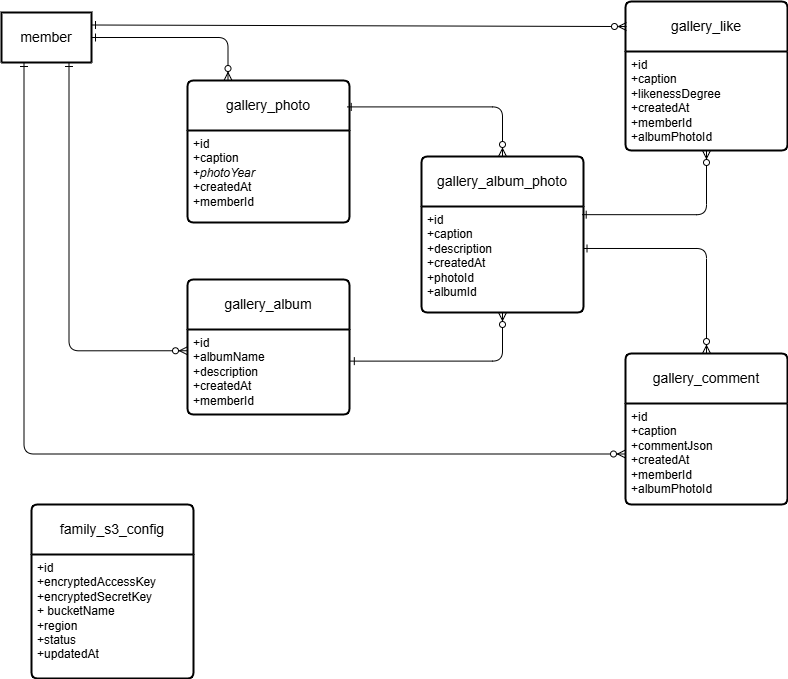
greg1951/family-social-scratch keeps this draw.io diagram as docs/pngs/galleries-schema.png. Above is the earlier version. Source tidied: cells renumbered, new cells last; positions are measured from the earlier drawing's top-left corner, leaving out a move shared by most shapes. Its diagram source:
```xml
<mxGraphModel>
  <root>
    <mxCell id="0" />
    <mxCell id="1" parent="0" />
    <mxCell id="2" value="member" style="swimlane;horizontal=1;startSize=50;rounded=1;fontSize=14;fontStyle=0;strokeWidth=2;shadow=0;dashed=0;align=center;arcSize=4;whiteSpace=wrap;html=1;" parent="1" vertex="1" collapsed="1">
      <mxGeometry y="11" width="90" height="50" as="geometry" />
    </mxCell>
    <mxCell id="3" value="gallery_photo" style="swimlane;horizontal=1;startSize=50;rounded=1;fontSize=14;fontStyle=0;strokeWidth=2;shadow=0;dashed=0;align=center;arcSize=4;whiteSpace=wrap;html=1;" parent="1" vertex="1">
      <mxGeometry x="186" y="79" width="162" height="142" as="geometry" />
    </mxCell>
    <mxCell id="4" value="+id&lt;br&gt;+caption&lt;div&gt;&lt;font color=&quot;#000000&quot;&gt;+&lt;i&gt;photoYear&lt;/i&gt;&lt;br&gt;&lt;/font&gt;&lt;div&gt;&lt;font color=&quot;#000000&quot;&gt;+createdAt&lt;br&gt;&lt;/font&gt;&lt;div&gt;+memberId&lt;/div&gt;&lt;/div&gt;&lt;/div&gt;" style="align=left;strokeColor=none;fillColor=none;spacingLeft=4;fontSize=12;verticalAlign=top;html=1;" parent="3" vertex="1">
      <mxGeometry y="50" width="162" height="92" as="geometry" />
    </mxCell>
    <mxCell id="5" value="gallery_album" style="swimlane;horizontal=1;startSize=50;rounded=1;fontSize=14;fontStyle=0;strokeWidth=2;shadow=0;dashed=0;align=center;arcSize=4;whiteSpace=wrap;html=1;" parent="1" vertex="1">
      <mxGeometry x="186" y="278" width="162" height="135" as="geometry" />
    </mxCell>
    <mxCell id="6" value="+id&lt;br&gt;+albumName&lt;div&gt;&lt;font color=&quot;#000000&quot;&gt;+description&lt;br&gt;&lt;/font&gt;&lt;div&gt;&lt;font color=&quot;#000000&quot;&gt;+createdAt&lt;br&gt;&lt;/font&gt;&lt;div&gt;+memberId&lt;/div&gt;&lt;/div&gt;&lt;/div&gt;" style="align=left;strokeColor=none;fillColor=none;spacingLeft=4;fontSize=12;verticalAlign=top;html=1;" parent="5" vertex="1">
      <mxGeometry y="50" width="162" height="85" as="geometry" />
    </mxCell>
    <mxCell id="7" style="fontSize=12;html=1;endArrow=ERzeroToMany;endFill=1;startArrow=ERone;startFill=0;exitX=1;exitY=0.5;exitDx=0;exitDy=0;entryX=0.25;entryY=0;entryDx=0;entryDy=0;edgeStyle=orthogonalEdgeStyle;" parent="1" edge="1" source="2" target="3">
      <mxGeometry relative="1" as="geometry" />
    </mxCell>
    <mxCell id="8" style="fontSize=12;html=1;endArrow=ERzeroToMany;endFill=1;startArrow=ERone;startFill=0;exitX=0.75;exitY=1;exitDx=0;exitDy=0;entryX=0;entryY=0.25;entryDx=0;entryDy=0;edgeStyle=orthogonalEdgeStyle;" parent="1" edge="1" source="2" target="6">
      <mxGeometry relative="1" as="geometry" />
    </mxCell>
    <mxCell id="9" style="fontSize=12;html=1;endArrow=ERzeroToMany;endFill=1;startArrow=ERone;startFill=0;exitX=0.992;exitY=0.077;exitDx=0;exitDy=0;exitPerimeter=0;entryX=0.5;entryY=1;entryDx=0;entryDy=0;edgeStyle=orthogonalEdgeStyle;" parent="1" edge="1" source="14" target="18">
      <mxGeometry relative="1" as="geometry" />
    </mxCell>
    <mxCell id="10" style="fontSize=12;html=1;endArrow=ERzeroToMany;endFill=1;startArrow=ERone;startFill=0;exitX=0.997;exitY=0.396;exitDx=0;exitDy=0;exitPerimeter=0;entryX=0.5;entryY=0;entryDx=0;entryDy=0;edgeStyle=orthogonalEdgeStyle;" parent="1" edge="1" source="14" target="15">
      <mxGeometry relative="1" as="geometry" />
    </mxCell>
    <mxCell id="11" style="fontSize=12;html=1;endArrow=ERzeroToMany;endFill=1;startArrow=ERone;startFill=0;exitX=1.005;exitY=0.372;exitDx=0;exitDy=0;exitPerimeter=0;entryX=0.5;entryY=1;entryDx=0;entryDy=0;edgeStyle=orthogonalEdgeStyle;" parent="1" edge="1" source="6" target="14">
      <mxGeometry relative="1" as="geometry" />
    </mxCell>
    <mxCell id="12" style="fontSize=12;html=1;endArrow=ERzeroToMany;endFill=1;startArrow=ERone;startFill=0;exitX=0.986;exitY=0.186;exitDx=0;exitDy=0;exitPerimeter=0;entryX=0.5;entryY=0;entryDx=0;entryDy=0;edgeStyle=orthogonalEdgeStyle;" parent="1" edge="1" source="3" target="13">
      <mxGeometry relative="1" as="geometry" />
    </mxCell>
    <mxCell id="13" value="gallery_album_photo" style="swimlane;horizontal=1;startSize=50;rounded=1;fontSize=14;fontStyle=0;strokeWidth=2;shadow=0;dashed=0;align=center;arcSize=4;whiteSpace=wrap;html=1;" parent="1" vertex="1">
      <mxGeometry x="420" y="155" width="162" height="156" as="geometry" />
    </mxCell>
    <mxCell id="14" value="+id&lt;br&gt;+caption&lt;div&gt;&lt;font color=&quot;#000000&quot;&gt;+description&lt;br&gt;&lt;/font&gt;&lt;div&gt;&lt;font color=&quot;#000000&quot;&gt;+createdAt&lt;br&gt;&lt;/font&gt;&lt;div&gt;+photoId&lt;/div&gt;&lt;/div&gt;&lt;div&gt;+albumId&lt;/div&gt;&lt;/div&gt;" style="align=left;strokeColor=none;fillColor=none;spacingLeft=4;fontSize=12;verticalAlign=top;html=1;" parent="13" vertex="1">
      <mxGeometry y="50" width="162" height="106" as="geometry" />
    </mxCell>
    <mxCell id="15" value="gallery_comment" style="swimlane;horizontal=1;startSize=50;rounded=1;fontSize=14;fontStyle=0;strokeWidth=2;shadow=0;dashed=0;align=center;arcSize=4;whiteSpace=wrap;html=1;" parent="1" vertex="1">
      <mxGeometry x="624" y="352" width="162" height="151" as="geometry" />
    </mxCell>
    <mxCell id="16" value="+id&lt;br&gt;+caption&lt;div&gt;&lt;font color=&quot;#000000&quot;&gt;+commentJson&lt;br&gt;&lt;/font&gt;&lt;div&gt;&lt;font color=&quot;#000000&quot;&gt;+createdAt&lt;/font&gt;&lt;/div&gt;&lt;div&gt;&lt;font color=&quot;#000000&quot;&gt;&lt;font color=&quot;#000000&quot;&gt;+memberId&lt;br&gt;&lt;/font&gt;&lt;/font&gt;&lt;div&gt;+albumPhotoId&lt;/div&gt;&lt;/div&gt;&lt;/div&gt;" style="align=left;strokeColor=none;fillColor=none;spacingLeft=4;fontSize=12;verticalAlign=top;html=1;" parent="15" vertex="1">
      <mxGeometry y="50" width="162" height="101" as="geometry" />
    </mxCell>
    <mxCell id="17" value="gallery_like" style="swimlane;horizontal=1;startSize=50;rounded=1;fontSize=14;fontStyle=0;strokeWidth=2;shadow=0;dashed=0;align=center;arcSize=4;whiteSpace=wrap;html=1;" parent="1" vertex="1">
      <mxGeometry x="624" width="162" height="149" as="geometry" />
    </mxCell>
    <mxCell id="18" value="+id&lt;br&gt;+caption&lt;div&gt;&lt;font color=&quot;#000000&quot;&gt;+likenessDegree&lt;br&gt;&lt;/font&gt;&lt;div&gt;&lt;font color=&quot;#000000&quot;&gt;+createdAt&lt;/font&gt;&lt;/div&gt;&lt;div&gt;&lt;font color=&quot;#000000&quot;&gt;&lt;font color=&quot;#000000&quot;&gt;+memberId&lt;br&gt;&lt;/font&gt;&lt;/font&gt;&lt;div&gt;+albumPhotoId&lt;/div&gt;&lt;/div&gt;&lt;/div&gt;" style="align=left;strokeColor=none;fillColor=none;spacingLeft=4;fontSize=12;verticalAlign=top;html=1;" parent="17" vertex="1">
      <mxGeometry y="50" width="162" height="99" as="geometry" />
    </mxCell>
    <mxCell id="19" style="html=1;elbow=vertical;endArrow=ERzeroToMany;endFill=0;startArrow=ERone;startFill=0;entryX=0;entryY=0.5;entryDx=0;entryDy=0;exitX=0.25;exitY=1;exitDx=0;exitDy=0;edgeStyle=orthogonalEdgeStyle;" parent="1" edge="1" source="2" target="16">
      <mxGeometry relative="1" as="geometry" />
    </mxCell>
    <mxCell id="20" style="edgeStyle=none;html=1;exitX=1;exitY=0.25;exitDx=0;exitDy=0;entryX=0.006;entryY=0.168;entryDx=0;entryDy=0;entryPerimeter=0;endArrow=ERzeroToMany;endFill=0;startArrow=ERone;startFill=0;" parent="1" edge="1" source="2" target="17">
      <mxGeometry relative="1" as="geometry" />
    </mxCell>
    <mxCell id="21" value="family_s3_config" style="swimlane;horizontal=1;startSize=50;rounded=1;fontSize=14;fontStyle=0;strokeWidth=2;shadow=0;dashed=0;align=center;arcSize=4;whiteSpace=wrap;html=1;" parent="1" vertex="1">
      <mxGeometry x="30" y="503" width="162" height="174" as="geometry" />
    </mxCell>
    <mxCell id="22" value="+id&lt;br&gt;+encryptedAccessKey&lt;br&gt;+encryptedSecretKey&lt;div&gt;+ bucketName&lt;/div&gt;&lt;div&gt;+region&lt;/div&gt;&lt;div&gt;+status&lt;/div&gt;&lt;div&gt;+updatedAt&lt;/div&gt;" style="align=left;strokeColor=none;fillColor=none;spacingLeft=4;fontSize=12;verticalAlign=top;html=1;" parent="21" vertex="1">
      <mxGeometry y="50" width="162" height="124" as="geometry" />
    </mxCell>
  </root>
</mxGraphModel>
```
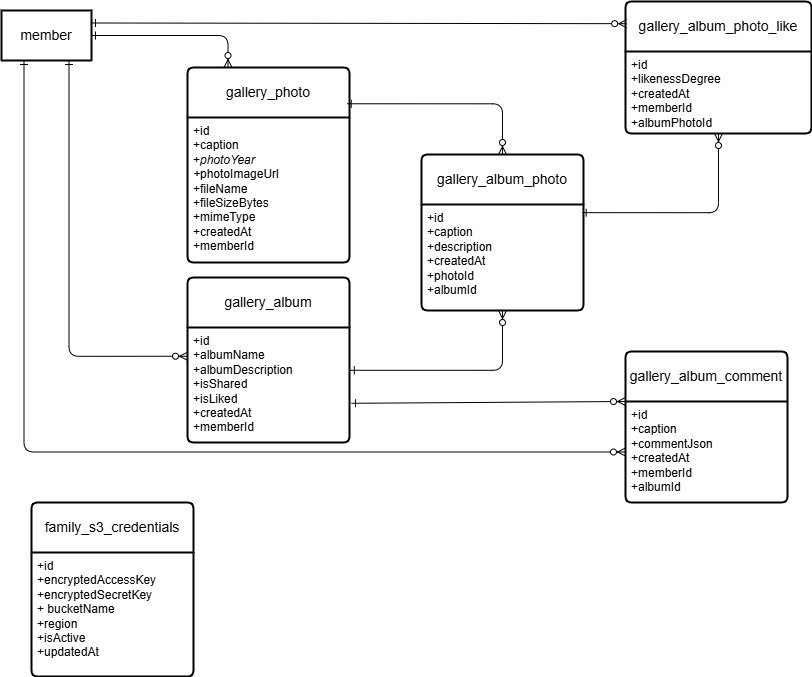
After the change.

The edit, as a diff of the source:
```diff
@@ -6,16 +6,16 @@
       <mxGeometry y="11" width="90" height="50" as="geometry" />
     </mxCell>
     <mxCell id="3" value="gallery_photo" style="swimlane;horizontal=1;startSize=50;rounded=1;fontSize=14;fontStyle=0;strokeWidth=2;shadow=0;dashed=0;align=center;arcSize=4;whiteSpace=wrap;html=1;" parent="1" vertex="1">
-      <mxGeometry x="186" y="79" width="162" height="142" as="geometry" />
+      <mxGeometry x="186" y="68" width="162" height="195" as="geometry" />
     </mxCell>
-    <mxCell id="4" value="+id&lt;br&gt;+caption&lt;div&gt;&lt;font color=&quot;#000000&quot;&gt;+&lt;i&gt;photoYear&lt;/i&gt;&lt;br&gt;&lt;/font&gt;&lt;div&gt;&lt;font color=&quot;#000000&quot;&gt;+createdAt&lt;br&gt;&lt;/font&gt;&lt;div&gt;+memberId&lt;/div&gt;&lt;/div&gt;&lt;/div&gt;" style="align=left;strokeColor=none;fillColor=none;spacingLeft=4;fontSize=12;verticalAlign=top;html=1;" parent="3" vertex="1">
-      <mxGeometry y="50" width="162" height="92" as="geometry" />
+    <mxCell id="4" value="+id&lt;br&gt;+caption&lt;div&gt;&lt;font color=&quot;#000000&quot;&gt;+&lt;i&gt;photoYear&lt;/i&gt;&lt;/font&gt;&lt;/div&gt;&lt;div&gt;&lt;font color=&quot;#000000&quot;&gt;&lt;i&gt;+&lt;/i&gt;photoImageUrl&lt;/font&gt;&lt;/div&gt;&lt;div&gt;&lt;font color=&quot;#000000&quot;&gt;&lt;font color=&quot;#000000&quot;&gt;+fileName&lt;/font&gt;&lt;/font&gt;&lt;/div&gt;&lt;div&gt;&lt;font color=&quot;#000000&quot;&gt;&lt;font color=&quot;#000000&quot;&gt;+fileSizeBytes&lt;/font&gt;&lt;/font&gt;&lt;/div&gt;&lt;div&gt;&lt;font color=&quot;#000000&quot;&gt;&lt;font color=&quot;#000000&quot;&gt;+mimeType&lt;br&gt;&lt;/font&gt;&lt;/font&gt;&lt;div&gt;&lt;font color=&quot;#000000&quot;&gt;+createdAt&lt;br&gt;&lt;/font&gt;&lt;div&gt;+memberId&lt;/div&gt;&lt;/div&gt;&lt;/div&gt;" style="align=left;strokeColor=none;fillColor=none;spacingLeft=4;fontSize=12;verticalAlign=top;html=1;" parent="3" vertex="1">
+      <mxGeometry y="50" width="162" height="145" as="geometry" />
     </mxCell>
     <mxCell id="5" value="gallery_album" style="swimlane;horizontal=1;startSize=50;rounded=1;fontSize=14;fontStyle=0;strokeWidth=2;shadow=0;dashed=0;align=center;arcSize=4;whiteSpace=wrap;html=1;" parent="1" vertex="1">
-      <mxGeometry x="186" y="278" width="162" height="135" as="geometry" />
+      <mxGeometry x="186" y="278" width="162" height="165" as="geometry" />
     </mxCell>
-    <mxCell id="6" value="+id&lt;br&gt;+albumName&lt;div&gt;&lt;font color=&quot;#000000&quot;&gt;+description&lt;br&gt;&lt;/font&gt;&lt;div&gt;&lt;font color=&quot;#000000&quot;&gt;+createdAt&lt;br&gt;&lt;/font&gt;&lt;div&gt;+memberId&lt;/div&gt;&lt;/div&gt;&lt;/div&gt;" style="align=left;strokeColor=none;fillColor=none;spacingLeft=4;fontSize=12;verticalAlign=top;html=1;" parent="5" vertex="1">
-      <mxGeometry y="50" width="162" height="85" as="geometry" />
+    <mxCell id="6" value="+id&lt;br&gt;+albumName&lt;div&gt;&lt;font color=&quot;#000000&quot;&gt;+albumDescription&lt;/font&gt;&lt;/div&gt;&lt;div&gt;&lt;font color=&quot;#000000&quot;&gt;&lt;font color=&quot;#000000&quot;&gt;+isShared&lt;/font&gt;&lt;/font&gt;&lt;/div&gt;&lt;div&gt;&lt;font color=&quot;#000000&quot;&gt;&lt;font color=&quot;#000000&quot;&gt;+isLiked&lt;br&gt;&lt;/font&gt;&lt;/font&gt;&lt;div&gt;&lt;font color=&quot;#000000&quot;&gt;+createdAt&lt;br&gt;&lt;/font&gt;&lt;div&gt;+memberId&lt;/div&gt;&lt;/div&gt;&lt;/div&gt;" style="align=left;strokeColor=none;fillColor=none;spacingLeft=4;fontSize=12;verticalAlign=top;html=1;" parent="5" vertex="1">
+      <mxGeometry y="50" width="162" height="115" as="geometry" />
     </mxCell>
     <mxCell id="7" style="fontSize=12;html=1;endArrow=ERzeroToMany;endFill=1;startArrow=ERone;startFill=0;exitX=1;exitY=0.5;exitDx=0;exitDy=0;entryX=0.25;entryY=0;entryDx=0;entryDy=0;edgeStyle=orthogonalEdgeStyle;" parent="1" edge="1" source="2" target="3">
       <mxGeometry relative="1" as="geometry" />
@@ -26,7 +26,7 @@
     <mxCell id="9" style="fontSize=12;html=1;endArrow=ERzeroToMany;endFill=1;startArrow=ERone;startFill=0;exitX=0.992;exitY=0.077;exitDx=0;exitDy=0;exitPerimeter=0;entryX=0.5;entryY=1;entryDx=0;entryDy=0;edgeStyle=orthogonalEdgeStyle;" parent="1" edge="1" source="14" target="18">
       <mxGeometry relative="1" as="geometry" />
     </mxCell>
-    <mxCell id="10" style="fontSize=12;html=1;endArrow=ERzeroToMany;endFill=1;startArrow=ERone;startFill=0;exitX=0.997;exitY=0.396;exitDx=0;exitDy=0;exitPerimeter=0;entryX=0.5;entryY=0;entryDx=0;entryDy=0;edgeStyle=orthogonalEdgeStyle;" parent="1" edge="1" source="14" target="15">
+    <mxCell id="10" style="fontSize=12;html=1;endArrow=ERzeroToMany;endFill=1;startArrow=ERone;startFill=0;exitX=1.012;exitY=0.659;exitDx=0;exitDy=0;exitPerimeter=0;entryX=0;entryY=0;entryDx=0;entryDy=0;" parent="1" edge="1" source="6" target="16">
       <mxGeometry relative="1" as="geometry" />
     </mxCell>
     <mxCell id="11" style="fontSize=12;html=1;endArrow=ERzeroToMany;endFill=1;startArrow=ERone;startFill=0;exitX=1.005;exitY=0.372;exitDx=0;exitDy=0;exitPerimeter=0;entryX=0.5;entryY=1;entryDx=0;entryDy=0;edgeStyle=orthogonalEdgeStyle;" parent="1" edge="1" source="6" target="14">
@@ -41,17 +41,17 @@
     <mxCell id="14" value="+id&lt;br&gt;+caption&lt;div&gt;&lt;font color=&quot;#000000&quot;&gt;+description&lt;br&gt;&lt;/font&gt;&lt;div&gt;&lt;font color=&quot;#000000&quot;&gt;+createdAt&lt;br&gt;&lt;/font&gt;&lt;div&gt;+photoId&lt;/div&gt;&lt;/div&gt;&lt;div&gt;+albumId&lt;/div&gt;&lt;/div&gt;" style="align=left;strokeColor=none;fillColor=none;spacingLeft=4;fontSize=12;verticalAlign=top;html=1;" parent="13" vertex="1">
       <mxGeometry y="50" width="162" height="106" as="geometry" />
     </mxCell>
-    <mxCell id="15" value="gallery_comment" style="swimlane;horizontal=1;startSize=50;rounded=1;fontSize=14;fontStyle=0;strokeWidth=2;shadow=0;dashed=0;align=center;arcSize=4;whiteSpace=wrap;html=1;" parent="1" vertex="1">
+    <mxCell id="15" value="gallery_album_comment" style="swimlane;horizontal=1;startSize=50;rounded=1;fontSize=14;fontStyle=0;strokeWidth=2;shadow=0;dashed=0;align=center;arcSize=4;whiteSpace=wrap;html=1;" parent="1" vertex="1">
       <mxGeometry x="624" y="352" width="162" height="151" as="geometry" />
     </mxCell>
-    <mxCell id="16" value="+id&lt;br&gt;+caption&lt;div&gt;&lt;font color=&quot;#000000&quot;&gt;+commentJson&lt;br&gt;&lt;/font&gt;&lt;div&gt;&lt;font color=&quot;#000000&quot;&gt;+createdAt&lt;/font&gt;&lt;/div&gt;&lt;div&gt;&lt;font color=&quot;#000000&quot;&gt;&lt;font color=&quot;#000000&quot;&gt;+memberId&lt;br&gt;&lt;/font&gt;&lt;/font&gt;&lt;div&gt;+albumPhotoId&lt;/div&gt;&lt;/div&gt;&lt;/div&gt;" style="align=left;strokeColor=none;fillColor=none;spacingLeft=4;fontSize=12;verticalAlign=top;html=1;" parent="15" vertex="1">
+    <mxCell id="16" value="+id&lt;br&gt;+caption&lt;div&gt;&lt;font color=&quot;#000000&quot;&gt;+commentJson&lt;br&gt;&lt;/font&gt;&lt;div&gt;&lt;font color=&quot;#000000&quot;&gt;+createdAt&lt;/font&gt;&lt;/div&gt;&lt;div&gt;&lt;font color=&quot;#000000&quot;&gt;&lt;font color=&quot;#000000&quot;&gt;+memberId&lt;br&gt;&lt;/font&gt;&lt;/font&gt;&lt;div&gt;+albumId&lt;/div&gt;&lt;/div&gt;&lt;/div&gt;" style="align=left;strokeColor=none;fillColor=none;spacingLeft=4;fontSize=12;verticalAlign=top;html=1;" parent="15" vertex="1">
       <mxGeometry y="50" width="162" height="101" as="geometry" />
     </mxCell>
-    <mxCell id="17" value="gallery_like" style="swimlane;horizontal=1;startSize=50;rounded=1;fontSize=14;fontStyle=0;strokeWidth=2;shadow=0;dashed=0;align=center;arcSize=4;whiteSpace=wrap;html=1;" parent="1" vertex="1">
-      <mxGeometry x="624" width="162" height="149" as="geometry" />
+    <mxCell id="17" value="gallery_album_photo_like" style="swimlane;horizontal=1;startSize=50;rounded=1;fontSize=14;fontStyle=0;strokeWidth=2;shadow=0;dashed=0;align=center;arcSize=4;whiteSpace=wrap;html=1;" parent="1" vertex="1">
+      <mxGeometry x="624" y="2" width="186" height="132" as="geometry" />
     </mxCell>
-    <mxCell id="18" value="+id&lt;br&gt;+caption&lt;div&gt;&lt;font color=&quot;#000000&quot;&gt;+likenessDegree&lt;br&gt;&lt;/font&gt;&lt;div&gt;&lt;font color=&quot;#000000&quot;&gt;+createdAt&lt;/font&gt;&lt;/div&gt;&lt;div&gt;&lt;font color=&quot;#000000&quot;&gt;&lt;font color=&quot;#000000&quot;&gt;+memberId&lt;br&gt;&lt;/font&gt;&lt;/font&gt;&lt;div&gt;+albumPhotoId&lt;/div&gt;&lt;/div&gt;&lt;/div&gt;" style="align=left;strokeColor=none;fillColor=none;spacingLeft=4;fontSize=12;verticalAlign=top;html=1;" parent="17" vertex="1">
-      <mxGeometry y="50" width="162" height="99" as="geometry" />
+    <mxCell id="18" value="+id&lt;br&gt;&lt;div&gt;&lt;font color=&quot;#000000&quot;&gt;+likenessDegree&lt;br&gt;&lt;/font&gt;&lt;div&gt;&lt;font color=&quot;#000000&quot;&gt;+createdAt&lt;/font&gt;&lt;/div&gt;&lt;div&gt;&lt;font color=&quot;#000000&quot;&gt;&lt;font color=&quot;#000000&quot;&gt;+memberId&lt;br&gt;&lt;/font&gt;&lt;/font&gt;&lt;div&gt;+albumPhotoId&lt;/div&gt;&lt;/div&gt;&lt;/div&gt;" style="align=left;strokeColor=none;fillColor=none;spacingLeft=4;fontSize=12;verticalAlign=top;html=1;" parent="17" vertex="1">
+      <mxGeometry y="50" width="186" height="82" as="geometry" />
     </mxCell>
     <mxCell id="19" style="html=1;elbow=vertical;endArrow=ERzeroToMany;endFill=0;startArrow=ERone;startFill=0;entryX=0;entryY=0.5;entryDx=0;entryDy=0;exitX=0.25;exitY=1;exitDx=0;exitDy=0;edgeStyle=orthogonalEdgeStyle;" parent="1" edge="1" source="2" target="16">
       <mxGeometry relative="1" as="geometry" />
@@ -59,10 +59,10 @@
     <mxCell id="20" style="edgeStyle=none;html=1;exitX=1;exitY=0.25;exitDx=0;exitDy=0;entryX=0.006;entryY=0.168;entryDx=0;entryDy=0;entryPerimeter=0;endArrow=ERzeroToMany;endFill=0;startArrow=ERone;startFill=0;" parent="1" edge="1" source="2" target="17">
       <mxGeometry relative="1" as="geometry" />
     </mxCell>
-    <mxCell id="21" value="family_s3_config" style="swimlane;horizontal=1;startSize=50;rounded=1;fontSize=14;fontStyle=0;strokeWidth=2;shadow=0;dashed=0;align=center;arcSize=4;whiteSpace=wrap;html=1;" parent="1" vertex="1">
+    <mxCell id="21" value="family_s3_credentials" style="swimlane;horizontal=1;startSize=50;rounded=1;fontSize=14;fontStyle=0;strokeWidth=2;shadow=0;dashed=0;align=center;arcSize=4;whiteSpace=wrap;html=1;" parent="1" vertex="1">
       <mxGeometry x="30" y="503" width="162" height="174" as="geometry" />
     </mxCell>
-    <mxCell id="22" value="+id&lt;br&gt;+encryptedAccessKey&lt;br&gt;+encryptedSecretKey&lt;div&gt;+ bucketName&lt;/div&gt;&lt;div&gt;+region&lt;/div&gt;&lt;div&gt;+status&lt;/div&gt;&lt;div&gt;+updatedAt&lt;/div&gt;" style="align=left;strokeColor=none;fillColor=none;spacingLeft=4;fontSize=12;verticalAlign=top;html=1;" parent="21" vertex="1">
+    <mxCell id="22" value="+id&lt;br&gt;+encryptedAccessKey&lt;br&gt;+encryptedSecretKey&lt;div&gt;+ bucketName&lt;/div&gt;&lt;div&gt;+region&lt;/div&gt;&lt;div&gt;+isActive&lt;/div&gt;&lt;div&gt;+updatedAt&lt;/div&gt;" style="align=left;strokeColor=none;fillColor=none;spacingLeft=4;fontSize=12;verticalAlign=top;html=1;" parent="21" vertex="1">
       <mxGeometry y="50" width="162" height="124" as="geometry" />
     </mxCell>
   </root>
```
